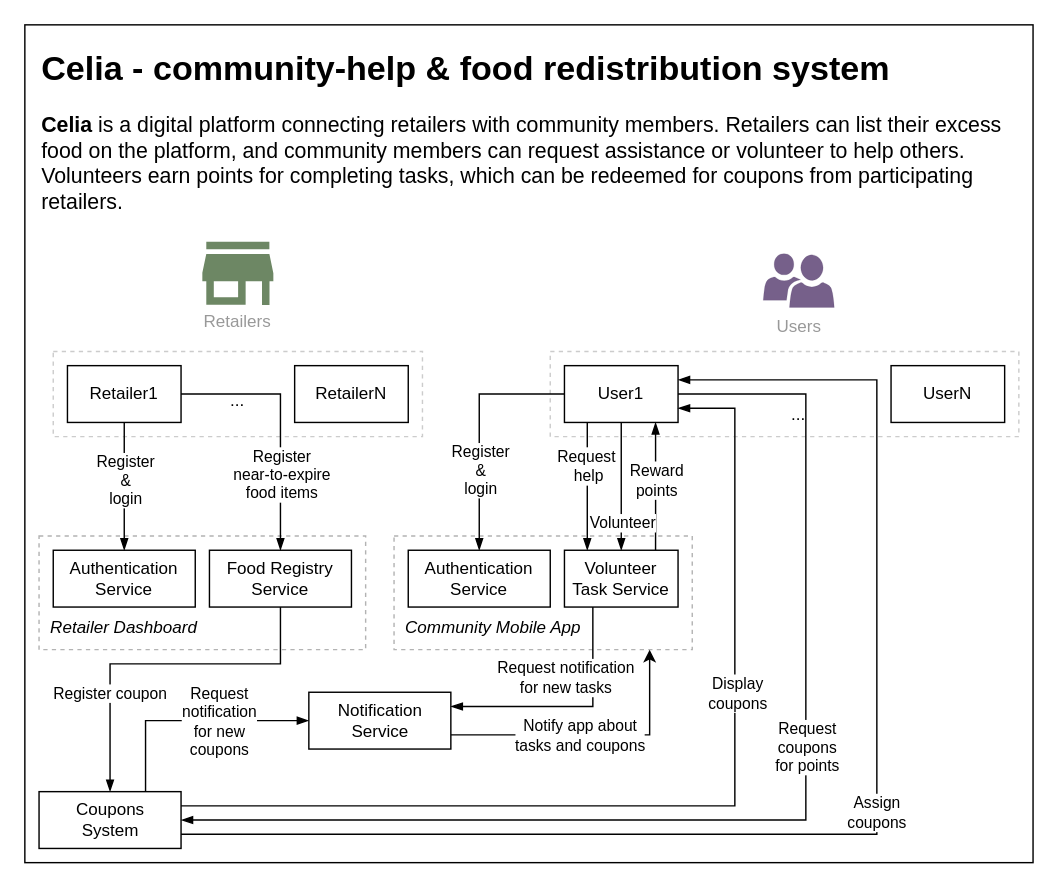
Earlier version of the draw.io diagram page "Page-2" (2 of 2) of Untitled Diagram.drawio (HarshvardhanThosar/msc-project-resources). Source tidied: cells renumbered, new cells numbered last; positions are measured from the earlier drawing's top-left corner, leaving out a move shared by most shapes. Both pictures are drawn from the tidied source at 142%, with x=0, y=0 at pixel (24, 24).
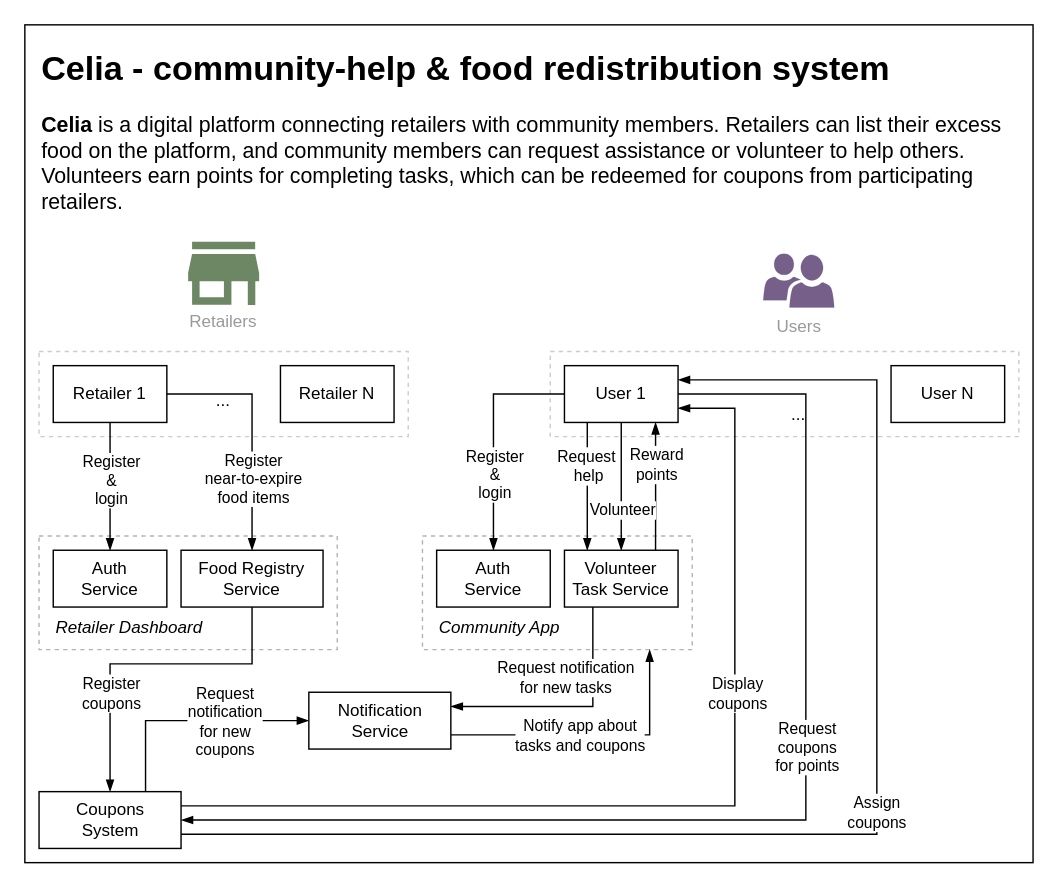
Above is the later version.

Unchanged cells that the change refers to:
```xml
<mxCell id="19" style="rounded=0;whiteSpace=wrap;html=1;" parent="18" vertex="1">
  <mxGeometry x="10" width="80" height="40" as="geometry" />
</mxCell>
```

What changed in the source:
```diff
@@
+    <mxCell id="63" style="group;" parent="1" vertex="1">
+      <mxGeometry width="710" height="590" as="geometry" />
+    </mxCell>
-    <mxCell id="2" style="rounded=0;whiteSpace=wrap;html=1;" parent="1" vertex="1">
+    <mxCell id="2" style="rounded=0;whiteSpace=wrap;html=1;" parent="63" vertex="1">
       <mxGeometry width="710" height="590" as="geometry" />
     </mxCell>
-    <mxCell id="3" style="rounded=0;whiteSpace=wrap;html=1;dashed=1;strokeColor=#B3B3B3;" parent="1" vertex="1">
-      <mxGeometry x="260" y="360" width="210" height="80" as="geometry" />
+    <mxCell id="3" style="rounded=0;whiteSpace=wrap;html=1;dashed=1;strokeColor=#B3B3B3;" parent="63" vertex="1">
+      <mxGeometry x="280" y="360" width="190" height="80" as="geometry" />
     </mxCell>
-    <mxCell id="4" value="&lt;i&gt;Community Mobile App&lt;/i&gt;" style="text;html=1;align=center;verticalAlign=middle;whiteSpace=wrap;rounded=0;" parent="1" vertex="1">
-      <mxGeometry x="260" y="410" width="140" height="30" as="geometry" />
+    <mxCell id="4" value="&lt;i&gt;Community App&lt;/i&gt;" style="text;html=1;align=left;verticalAlign=middle;whiteSpace=wrap;rounded=0;" parent="63" vertex="1">
+      <mxGeometry x="290" y="410" width="90" height="30" as="geometry" />
     </mxCell>
-    <mxCell id="5" style="rounded=0;whiteSpace=wrap;html=1;dashed=1;strokeColor=#B3B3B3;" parent="1" vertex="1">
-      <mxGeometry x="10" y="360" width="230" height="80" as="geometry" />
+    <mxCell id="5" style="rounded=0;whiteSpace=wrap;html=1;dashed=1;strokeColor=#B3B3B3;" parent="63" vertex="1">
+      <mxGeometry x="10" y="360" width="210" height="80" as="geometry" />
     </mxCell>
-    <mxCell id="6" value="&lt;h1 style=&quot;margin-top: 0px;&quot;&gt;Celia - community-help &amp;amp; food redistribution system&lt;/h1&gt;&lt;h2 style=&quot;font-size: 15px;&quot;&gt;Celia&lt;span style=&quot;font-weight: normal;&quot;&gt;&amp;nbsp;is a digital platform connecting retailers with community members. Retailers can list their excess food on the platform, and community members can request assistance or volunteer to help others. Volunteers earn points for completing tasks, which can be redeemed for coupons from participating retailers.&lt;/span&gt;&lt;/h2&gt;" style="text;html=1;whiteSpace=wrap;overflow=hidden;rounded=0;" parent="1" vertex="1">
+    <mxCell id="6" value="&lt;h1 style=&quot;margin-top: 0px;&quot;&gt;Celia - community-help &amp;amp; food redistribution system&lt;/h1&gt;&lt;h2 style=&quot;font-size: 15px;&quot;&gt;Celia&lt;span style=&quot;font-weight: normal;&quot;&gt;&amp;nbsp;is a digital platform connecting retailers with community members. Retailers can list their excess food on the platform, and community members can request assistance or volunteer to help others. Volunteers earn points for completing tasks, which can be redeemed for coupons from participating retailers.&lt;/span&gt;&lt;/h2&gt;" style="text;html=1;whiteSpace=wrap;overflow=hidden;rounded=0;" parent="63" vertex="1">
       <mxGeometry x="10" y="10" width="690" height="130" as="geometry" />
     </mxCell>
-    <mxCell id="7" style="edgeStyle=orthogonalEdgeStyle;rounded=0;jettySize=auto;html=1;exitX=0.5;exitY=1;exitDx=0;exitDy=0;entryX=0.5;entryY=0;entryDx=0;entryDy=0;endArrow=blockThin;endFill=1;" parent="1" edge="1" source="9" target="51">
+    <mxCell id="7" style="edgeStyle=orthogonalEdgeStyle;rounded=0;jettySize=auto;html=1;exitX=0.5;exitY=1;exitDx=0;exitDy=0;entryX=0.5;entryY=0;entryDx=0;entryDy=0;endArrow=blockThin;endFill=1;" parent="63" edge="1" source="9" target="51">
       <mxGeometry relative="1" as="geometry">
         <Array as="points">
-          <mxPoint x="180" y="450" />
+          <mxPoint x="160" y="450" />
           <mxPoint x="60" y="450" />
         </Array>
       </mxGeometry>
     </mxCell>
-    <mxCell id="8" value="Register coupon" style="edgeLabel;html=1;align=center;verticalAlign=middle;" parent="7" vertex="1">
+    <mxCell id="8" value="Register&lt;div&gt;coupons&lt;/div&gt;" style="edgeLabel;html=1;align=center;verticalAlign=middle;" parent="7" vertex="1">
       <mxGeometry x="-0.49" y="-1" relative="1" as="geometry">
-        <mxPoint x="-97" y="21" as="offset" />
+        <mxPoint x="-81" y="21" as="offset" />
       </mxGeometry>
     </mxCell>
-    <mxCell id="9" style="rounded=0;whiteSpace=wrap;html=1;" parent="1" vertex="1">
-      <mxGeometry x="130" y="370" width="100" height="40" as="geometry" />
+    <mxCell id="9" style="rounded=0;whiteSpace=wrap;html=1;" parent="63" vertex="1">
+      <mxGeometry x="110" y="370" width="100" height="40" as="geometry" />
     </mxCell>
-    <mxCell id="10" value="Food Registry Service" style="text;html=1;align=center;verticalAlign=middle;whiteSpace=wrap;rounded=0;" parent="1" vertex="1">
-      <mxGeometry x="135" y="375" width="90" height="30" as="geometry" />
+    <mxCell id="10" value="Food Registry Service" style="text;html=1;align=center;verticalAlign=middle;whiteSpace=wrap;rounded=0;" parent="63" vertex="1">
+      <mxGeometry x="115" y="375" width="90" height="30" as="geometry" />
     </mxCell>
-    <mxCell id="11" style="rounded=0;whiteSpace=wrap;html=1;" parent="1" vertex="1">
-      <mxGeometry x="20" y="370" width="100" height="40" as="geometry" />
+    <mxCell id="11" style="rounded=0;whiteSpace=wrap;html=1;" parent="63" vertex="1">
+      <mxGeometry x="20" y="370" width="80" height="40" as="geometry" />
     </mxCell>
-    <mxCell id="12" value="Authentication&lt;div&gt;Service&lt;/div&gt;" style="text;html=1;align=center;verticalAlign=middle;whiteSpace=wrap;rounded=0;" parent="1" vertex="1">
-      <mxGeometry x="40" y="375" width="60" height="30" as="geometry" />
+    <mxCell id="12" value="Auth&lt;div&gt;Service&lt;/div&gt;" style="text;html=1;align=center;verticalAlign=middle;whiteSpace=wrap;rounded=0;" parent="63" vertex="1">
+      <mxGeometry x="30" y="375" width="60" height="30" as="geometry" />
     </mxCell>
-    <mxCell id="13" style="rounded=0;whiteSpace=wrap;html=1;dashed=1;strokeColor=#CCCCCC;" parent="1" vertex="1">
-      <mxGeometry x="20" y="230" width="260" height="60" as="geometry" />
+    <mxCell id="13" style="rounded=0;whiteSpace=wrap;html=1;dashed=1;strokeColor=#CCCCCC;" parent="63" vertex="1">
+      <mxGeometry x="10" y="230" width="260" height="60" as="geometry" />
     </mxCell>
-    <mxCell id="14" style="edgeStyle=orthogonalEdgeStyle;rounded=0;jettySize=auto;html=1;exitX=1;exitY=0.5;exitDx=0;exitDy=0;entryX=0.5;entryY=0;entryDx=0;entryDy=0;endArrow=blockThin;endFill=1;" parent="1" edge="1" source="18" target="9">
+    <mxCell id="14" style="edgeStyle=orthogonalEdgeStyle;rounded=0;jettySize=auto;html=1;exitX=1;exitY=0.5;exitDx=0;exitDy=0;entryX=0.5;entryY=0;entryDx=0;entryDy=0;endArrow=blockThin;endFill=1;" parent="63" edge="1" source="18" target="9">
       <mxGeometry relative="1" as="geometry" />
     </mxCell>
@@
-    <mxCell id="16" style="edgeStyle=orthogonalEdgeStyle;rounded=0;jettySize=auto;html=1;exitX=0.5;exitY=1;exitDx=0;exitDy=0;entryX=0.5;entryY=0;entryDx=0;entryDy=0;endArrow=blockThin;endFill=1;" parent="1" edge="1" source="19" target="11">
+    <mxCell id="16" style="edgeStyle=orthogonalEdgeStyle;rounded=0;jettySize=auto;html=1;exitX=0.5;exitY=1;exitDx=0;exitDy=0;entryX=0.5;entryY=0;entryDx=0;entryDy=0;endArrow=blockThin;endFill=1;" parent="63" edge="1" source="19" target="11">
       <mxGeometry relative="1" as="geometry" />
     </mxCell>
@@
-    <mxCell id="18" style="group;" parent="1" vertex="1">
-      <mxGeometry x="20" y="240" width="80" height="40" as="geometry" />
+    <mxCell id="18" style="group;" parent="63" vertex="1">
+      <mxGeometry x="10" y="240" width="80" height="40" as="geometry" />
     </mxCell>
@@
-    <mxCell id="20" value="Retailer1" style="text;html=1;align=center;verticalAlign=middle;whiteSpace=wrap;rounded=0;" parent="18" vertex="1">
+    <mxCell id="20" value="Retailer 1" style="text;html=1;align=center;verticalAlign=middle;whiteSpace=wrap;rounded=0;" parent="18" vertex="1">
       <mxGeometry x="20" y="5" width="60" height="30" as="geometry" />
     </mxCell>
-    <mxCell id="21" style="group;" parent="1" vertex="1">
-      <mxGeometry x="190" y="240" width="80" height="40" as="geometry" />
+    <mxCell id="21" style="group;" parent="63" vertex="1">
+      <mxGeometry x="180" y="240" width="80" height="40" as="geometry" />
     </mxCell>
@@
-    <mxCell id="23" value="RetailerN" style="text;html=1;align=center;verticalAlign=middle;whiteSpace=wrap;rounded=0;" parent="21" vertex="1">
+    <mxCell id="23" value="Retailer N" style="text;html=1;align=center;verticalAlign=middle;whiteSpace=wrap;rounded=0;" parent="21" vertex="1">
       <mxGeometry x="10" y="5" width="60" height="30" as="geometry" />
     </mxCell>
-    <mxCell id="24" value="..." style="text;html=1;align=center;verticalAlign=middle;whiteSpace=wrap;rounded=0;" parent="1" vertex="1">
-      <mxGeometry x="120" y="250" width="60" height="30" as="geometry" />
+    <mxCell id="24" value="..." style="text;html=1;align=center;verticalAlign=middle;whiteSpace=wrap;rounded=0;" parent="63" vertex="1">
+      <mxGeometry x="110" y="250" width="60" height="30" as="geometry" />
     </mxCell>
-    <mxCell id="25" value="Retailers" style="strokeColor=none;shadow=1;strokeWidth=1;rounded=0;absoluteArcSize=1;arcSize=70;labelPosition=center;verticalLabelPosition=middle;align=center;verticalAlign=bottom;spacingLeft=0;fontColor=#999999;fontSize=12;whiteSpace=wrap;spacingBottom=2;html=1;glass=0;fillStyle=auto;gradientColor=none;fillColor=none;shadowColor=none;" parent="1" vertex="1">
-      <mxGeometry x="120" y="140" width="60" height="80" as="geometry" />
+    <mxCell id="25" value="Retailers" style="strokeColor=none;shadow=1;strokeWidth=1;rounded=0;absoluteArcSize=1;arcSize=70;labelPosition=center;verticalLabelPosition=middle;align=center;verticalAlign=bottom;spacingLeft=0;fontColor=#999999;fontSize=12;whiteSpace=wrap;spacingBottom=2;html=1;glass=0;fillStyle=auto;gradientColor=none;fillColor=none;shadowColor=none;" parent="63" vertex="1">
+      <mxGeometry x="110" y="140" width="60" height="80" as="geometry" />
     </mxCell>
@@
-    <mxCell id="27" value="&lt;span style=&quot;caret-color: rgb(153, 153, 153); color: rgb(153, 153, 153); white-space: normal;&quot;&gt;Users&lt;/span&gt;" style="sketch=0;shadow=0;dashed=0;html=1;strokeColor=#432D57;labelPosition=center;verticalLabelPosition=bottom;verticalAlign=top;align=center;fillColor=#76608a;shape=mxgraph.mscae.intune.user_group;strokeWidth=0;fontColor=#ffffff;" parent="1" vertex="1">
+    <mxCell id="27" value="&lt;span style=&quot;caret-color: rgb(153, 153, 153); color: rgb(153, 153, 153); white-space: normal;&quot;&gt;Users&lt;/span&gt;" style="sketch=0;shadow=0;dashed=0;html=1;strokeColor=#432D57;labelPosition=center;verticalLabelPosition=bottom;verticalAlign=top;align=center;fillColor=#76608a;shape=mxgraph.mscae.intune.user_group;strokeWidth=0;fontColor=#ffffff;" parent="63" vertex="1">
       <mxGeometry x="520" y="161" width="50" height="38" as="geometry" />
     </mxCell>
-    <mxCell id="28" style="rounded=0;whiteSpace=wrap;html=1;dashed=1;strokeColor=#CCCCCC;" parent="1" vertex="1">
+    <mxCell id="28" style="rounded=0;whiteSpace=wrap;html=1;dashed=1;strokeColor=#CCCCCC;" parent="63" vertex="1">
       <mxGeometry x="370" y="230" width="330" height="60" as="geometry" />
     </mxCell>
-    <mxCell id="29" style="edgeStyle=orthogonalEdgeStyle;rounded=0;jettySize=auto;html=1;exitX=0.201;exitY=1.001;exitDx=0;exitDy=0;entryX=0.201;entryY=0.001;entryDx=0;entryDy=0;startArrow=none;startFill=0;endArrow=blockThin;endFill=1;exitPerimeter=0;entryPerimeter=0;" parent="1" edge="1" source="35" target="45">
+    <mxCell id="29" style="edgeStyle=orthogonalEdgeStyle;rounded=0;jettySize=auto;html=1;exitX=0.201;exitY=1.001;exitDx=0;exitDy=0;entryX=0.201;entryY=0.001;entryDx=0;entryDy=0;startArrow=none;startFill=0;endArrow=blockThin;endFill=1;exitPerimeter=0;entryPerimeter=0;" parent="63" edge="1" source="35" target="45">
       <mxGeometry relative="1" as="geometry" />
     </mxCell>
@@
-    <mxCell id="31" style="edgeStyle=orthogonalEdgeStyle;rounded=0;jettySize=auto;html=1;exitX=1;exitY=0.25;exitDx=0;exitDy=0;entryX=1;entryY=0.75;entryDx=0;entryDy=0;startArrow=blockThin;startFill=1;endArrow=none;endFill=0;" parent="1" edge="1" source="35" target="51">
+    <mxCell id="31" style="edgeStyle=orthogonalEdgeStyle;rounded=0;jettySize=auto;html=1;exitX=1;exitY=0.25;exitDx=0;exitDy=0;entryX=1;entryY=0.75;entryDx=0;entryDy=0;startArrow=blockThin;startFill=1;endArrow=none;endFill=0;" parent="63" edge="1" source="35" target="51">
       <mxGeometry relative="1" as="geometry">
         <Array as="points">
           <mxPoint x="600" y="250" />
           <mxPoint x="600" y="570" />
         </Array>
       </mxGeometry>
     </mxCell>
@@
-    <mxCell id="33" style="edgeStyle=orthogonalEdgeStyle;rounded=0;jettySize=auto;html=1;exitX=0;exitY=0.5;exitDx=0;exitDy=0;entryX=0.5;entryY=0;entryDx=0;entryDy=0;endArrow=blockThin;endFill=1;" parent="1" edge="1" source="35" target="56">
+    <mxCell id="33" style="edgeStyle=orthogonalEdgeStyle;rounded=0;jettySize=auto;html=1;exitX=0;exitY=0.5;exitDx=0;exitDy=0;entryX=0.5;entryY=0;entryDx=0;entryDy=0;endArrow=blockThin;endFill=1;" parent="63" edge="1" source="35" target="56">
       <mxGeometry relative="1" as="geometry" />
     </mxCell>
@@
-    <mxCell id="35" style="rounded=0;whiteSpace=wrap;html=1;" parent="1" vertex="1">
+    <mxCell id="35" style="rounded=0;whiteSpace=wrap;html=1;" parent="63" vertex="1">
       <mxGeometry x="380" y="240" width="80" height="40" as="geometry" />
     </mxCell>
-    <mxCell id="36" value="User1" style="text;html=1;align=center;verticalAlign=middle;whiteSpace=wrap;rounded=0;" parent="1" vertex="1">
+    <mxCell id="36" value="User 1" style="text;html=1;align=center;verticalAlign=middle;whiteSpace=wrap;rounded=0;" parent="63" vertex="1">
       <mxGeometry x="390" y="245" width="60" height="30" as="geometry" />
     </mxCell>
-    <mxCell id="37" style="rounded=0;whiteSpace=wrap;html=1;" parent="1" vertex="1">
+    <mxCell id="37" style="rounded=0;whiteSpace=wrap;html=1;" parent="63" vertex="1">
       <mxGeometry x="610" y="240" width="80" height="40" as="geometry" />
     </mxCell>
-    <mxCell id="38" value="UserN" style="text;html=1;align=center;verticalAlign=middle;whiteSpace=wrap;rounded=0;" parent="1" vertex="1">
+    <mxCell id="38" value="User N" style="text;html=1;align=center;verticalAlign=middle;whiteSpace=wrap;rounded=0;" parent="63" vertex="1">
       <mxGeometry x="620" y="245" width="60" height="30" as="geometry" />
     </mxCell>
-    <mxCell id="39" style="edgeStyle=orthogonalEdgeStyle;rounded=0;jettySize=auto;html=1;exitX=0.802;exitY=0.001;exitDx=0;exitDy=0;endArrow=blockThin;endFill=1;exitPerimeter=0;entryX=0.802;entryY=1.001;entryDx=0;entryDy=0;entryPerimeter=0;" parent="1" edge="1" source="45" target="35">
+    <mxCell id="39" style="edgeStyle=orthogonalEdgeStyle;rounded=0;jettySize=auto;html=1;exitX=0.802;exitY=0.001;exitDx=0;exitDy=0;endArrow=blockThin;endFill=1;exitPerimeter=0;entryX=0.802;entryY=1.001;entryDx=0;entryDy=0;entryPerimeter=0;" parent="63" edge="1" source="45" target="35">
       <mxGeometry relative="1" as="geometry">
         <Array as="points">
           <mxPoint x="444" y="330" />
           <mxPoint x="444" y="330" />
         </Array>
       </mxGeometry>
     </mxCell>
     <mxCell id="40" value="Reward&lt;div&gt;points&lt;/div&gt;" style="edgeLabel;html=1;align=center;verticalAlign=middle;" parent="39" vertex="1">
       <mxGeometry x="-0.03" y="1" relative="1" as="geometry">
-        <mxPoint x="1" y="-6" as="offset" />
+        <mxPoint x="1" y="-17" as="offset" />
       </mxGeometry>
     </mxCell>
-    <mxCell id="41" style="edgeStyle=orthogonalEdgeStyle;rounded=0;jettySize=auto;html=1;exitX=0.5;exitY=0;exitDx=0;exitDy=0;entryX=0.5;entryY=1;entryDx=0;entryDy=0;startArrow=blockThin;startFill=1;endArrow=none;endFill=0;" parent="1" edge="1" source="45" target="35">
+    <mxCell id="41" style="edgeStyle=orthogonalEdgeStyle;rounded=0;jettySize=auto;html=1;exitX=0.5;exitY=0;exitDx=0;exitDy=0;entryX=0.5;entryY=1;entryDx=0;entryDy=0;startArrow=blockThin;startFill=1;endArrow=none;endFill=0;" parent="63" edge="1" source="45" target="35">
       <mxGeometry relative="1" as="geometry" />
     </mxCell>
     <mxCell id="42" value="Volunteer" style="edgeLabel;html=1;align=center;verticalAlign=middle;" parent="41" vertex="1">
       <mxGeometry x="-0.39" relative="1" as="geometry">
-        <mxPoint y="7" as="offset" />
+        <mxPoint y="-2" as="offset" />
       </mxGeometry>
     </mxCell>
-    <mxCell id="43" style="edgeStyle=orthogonalEdgeStyle;rounded=0;jettySize=auto;html=1;exitX=0.25;exitY=1;exitDx=0;exitDy=0;entryX=1;entryY=0.25;entryDx=0;entryDy=0;endArrow=blockThin;endFill=1;" parent="1" edge="1" source="45" target="61">
+    <mxCell id="43" style="edgeStyle=orthogonalEdgeStyle;rounded=0;jettySize=auto;html=1;exitX=0.25;exitY=1;exitDx=0;exitDy=0;entryX=1;entryY=0.25;entryDx=0;entryDy=0;endArrow=blockThin;endFill=1;" parent="63" edge="1" source="45" target="61">
       <mxGeometry relative="1" as="geometry" />
     </mxCell>
@@
-    <mxCell id="45" style="rounded=0;whiteSpace=wrap;html=1;" parent="1" vertex="1">
+    <mxCell id="45" style="rounded=0;whiteSpace=wrap;html=1;" parent="63" vertex="1">
       <mxGeometry x="380" y="370" width="80" height="40" as="geometry" />
     </mxCell>
-    <mxCell id="46" value="Volunteer Task Service" style="text;html=1;align=center;verticalAlign=middle;whiteSpace=wrap;rounded=0;" parent="1" vertex="1">
+    <mxCell id="46" value="Volunteer Task Service" style="text;html=1;align=center;verticalAlign=middle;whiteSpace=wrap;rounded=0;" parent="63" vertex="1">
       <mxGeometry x="380" y="375" width="80" height="30" as="geometry" />
     </mxCell>
-    <mxCell id="47" style="edgeStyle=orthogonalEdgeStyle;rounded=0;jettySize=auto;html=1;exitX=1;exitY=0.25;exitDx=0;exitDy=0;endArrow=blockThin;endFill=1;entryX=1;entryY=0.75;entryDx=0;entryDy=0;" parent="1" edge="1" source="51" target="35">
+    <mxCell id="47" style="edgeStyle=orthogonalEdgeStyle;rounded=0;jettySize=auto;html=1;exitX=1;exitY=0.25;exitDx=0;exitDy=0;endArrow=blockThin;endFill=1;entryX=1;entryY=0.75;entryDx=0;entryDy=0;" parent="63" edge="1" source="51" target="35">
       <mxGeometry relative="1" as="geometry">
         <Array as="points">
           <mxPoint x="500" y="550" />
           <mxPoint x="500" y="270" />
         </Array>
       </mxGeometry>
     </mxCell>
@@
-    <mxCell id="49" style="edgeStyle=orthogonalEdgeStyle;rounded=0;jettySize=auto;html=1;exitX=0.75;exitY=0;exitDx=0;exitDy=0;entryX=0;entryY=0.5;entryDx=0;entryDy=0;endArrow=blockThin;endFill=1;" parent="1" edge="1" source="51" target="61">
+    <mxCell id="49" style="edgeStyle=orthogonalEdgeStyle;rounded=0;jettySize=auto;html=1;exitX=0.75;exitY=0;exitDx=0;exitDy=0;entryX=0;entryY=0.5;entryDx=0;entryDy=0;endArrow=blockThin;endFill=1;" parent="63" edge="1" source="51" target="61">
       <mxGeometry relative="1" as="geometry">
         <Array as="points">
           <mxPoint x="85" y="490" />
         </Array>
       </mxGeometry>
     </mxCell>
     <mxCell id="50" value="&lt;div&gt;Request&lt;/div&gt;&lt;div&gt;notification&lt;/div&gt;&lt;div&gt;for new&lt;/div&gt;&lt;div&gt;coupons&lt;br&gt;&lt;/div&gt;" style="edgeLabel;html=1;align=center;verticalAlign=middle;" parent="49" vertex="1">
       <mxGeometry x="-0.13" relative="1" as="geometry">
-        <mxPoint x="29" as="offset" />
+        <mxPoint x="33" as="offset" />
       </mxGeometry>
     </mxCell>
-    <mxCell id="51" style="rounded=0;whiteSpace=wrap;html=1;" parent="1" vertex="1">
+    <mxCell id="51" style="rounded=0;whiteSpace=wrap;html=1;" parent="63" vertex="1">
       <mxGeometry x="10" y="540" width="100" height="40" as="geometry" />
     </mxCell>
-    <mxCell id="52" value="Coupons System" style="text;html=1;align=center;verticalAlign=middle;whiteSpace=wrap;rounded=0;" parent="1" vertex="1">
+    <mxCell id="52" value="Coupons System" style="text;html=1;align=center;verticalAlign=middle;whiteSpace=wrap;rounded=0;" parent="63" vertex="1">
       <mxGeometry x="22.5" y="545" width="75" height="30" as="geometry" />
     </mxCell>
-    <mxCell id="53" style="edgeStyle=orthogonalEdgeStyle;rounded=0;jettySize=auto;html=1;endArrow=blockThin;endFill=1;exitX=1;exitY=0.5;exitDx=0;exitDy=0;entryX=1;entryY=0.5;entryDx=0;entryDy=0;" parent="1" edge="1" source="35" target="51">
+    <mxCell id="53" style="edgeStyle=orthogonalEdgeStyle;rounded=0;jettySize=auto;html=1;endArrow=blockThin;endFill=1;exitX=1;exitY=0.5;exitDx=0;exitDy=0;entryX=1;entryY=0.5;entryDx=0;entryDy=0;" parent="63" edge="1" source="35" target="51">
       <mxGeometry relative="1" as="geometry">
         <Array as="points">
           <mxPoint x="550" y="260" />
           <mxPoint x="550" y="560" />
         </Array>
       </mxGeometry>
     </mxCell>
@@
-    <mxCell id="55" value="..." style="text;html=1;align=center;verticalAlign=middle;whiteSpace=wrap;rounded=0;" parent="1" vertex="1">
+    <mxCell id="55" value="..." style="text;html=1;align=center;verticalAlign=middle;whiteSpace=wrap;rounded=0;" parent="63" vertex="1">
       <mxGeometry x="515" y="260" width="60" height="30" as="geometry" />
     </mxCell>
-    <mxCell id="56" style="rounded=0;whiteSpace=wrap;html=1;" parent="1" vertex="1">
-      <mxGeometry x="270" y="370" width="100" height="40" as="geometry" />
+    <mxCell id="56" style="rounded=0;whiteSpace=wrap;html=1;" parent="63" vertex="1">
+      <mxGeometry x="290" y="370" width="80" height="40" as="geometry" />
     </mxCell>
-    <mxCell id="57" value="Authentication&lt;div&gt;Service&lt;/div&gt;" style="text;html=1;align=center;verticalAlign=middle;whiteSpace=wrap;rounded=0;" parent="1" vertex="1">
-      <mxGeometry x="290" y="375" width="60" height="30" as="geometry" />
+    <mxCell id="57" value="Auth&lt;div&gt;Service&lt;/div&gt;" style="text;html=1;align=center;verticalAlign=middle;whiteSpace=wrap;rounded=0;" parent="63" vertex="1">
+      <mxGeometry x="300" y="375" width="60" height="30" as="geometry" />
     </mxCell>
-    <mxCell id="58" value="&lt;i&gt;Retailer Dashboard&lt;/i&gt;" style="text;html=1;align=center;verticalAlign=middle;whiteSpace=wrap;rounded=0;" parent="1" vertex="1">
-      <mxGeometry x="10" y="410" width="120" height="30" as="geometry" />
+    <mxCell id="58" value="&lt;i&gt;Retailer Dashboard&lt;/i&gt;" style="text;html=1;align=left;verticalAlign=middle;whiteSpace=wrap;rounded=0;" parent="63" vertex="1">
+      <mxGeometry x="20" y="410" width="110" height="30" as="geometry" />
     </mxCell>
-    <mxCell id="59" style="edgeStyle=orthogonalEdgeStyle;rounded=0;jettySize=auto;html=1;exitX=1;exitY=0.75;exitDx=0;exitDy=0;" parent="1" edge="1" source="61" target="3">
+    <mxCell id="59" style="edgeStyle=orthogonalEdgeStyle;rounded=0;jettySize=auto;html=1;exitX=1;exitY=0.75;exitDx=0;exitDy=0;endArrow=blockThin;endFill=1;" parent="63" edge="1" source="61" target="3">
       <mxGeometry relative="1" as="geometry">
         <Array as="points">
           <mxPoint x="440" y="500" />
         </Array>
       </mxGeometry>
     </mxCell>
@@
-    <mxCell id="61" style="rounded=0;whiteSpace=wrap;html=1;" parent="1" vertex="1">
+    <mxCell id="61" style="rounded=0;whiteSpace=wrap;html=1;" parent="63" vertex="1">
       <mxGeometry x="200" y="470" width="100" height="40" as="geometry" />
     </mxCell>
-    <mxCell id="62" value="Notification&lt;div&gt;Service&lt;/div&gt;" style="text;html=1;align=center;verticalAlign=middle;whiteSpace=wrap;rounded=0;" parent="1" vertex="1">
+    <mxCell id="62" value="Notification&lt;div&gt;Service&lt;/div&gt;" style="text;html=1;align=center;verticalAlign=middle;whiteSpace=wrap;rounded=0;" parent="63" vertex="1">
       <mxGeometry x="212.5" y="475" width="75" height="30" as="geometry" />
     </mxCell>
```
